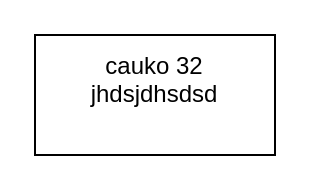
Before: Untitled Diagram.drawio in xurban42/diagrams_net, a draw.io diagram. Source tidied: cells renumbered, new cells numbered last; positions are measured from the earlier drawing's top-left corner, leaving out a move shared by most shapes. Both pictures are drawn from the tidied source at 200%, with x=0, y=0 at pixel (34, 34).
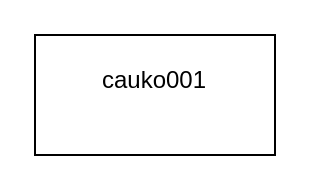
The same page after the edit.

What changed in the source:
```diff
@@
 <mxGraphModel>
   <root>
     <mxCell id="0" />
     <mxCell id="1" parent="0" />
-    <mxCell id="2" value="&lt;div&gt;cauko 32&lt;/div&gt;&lt;div&gt;jhdsjdhsdsd&lt;br&gt;&lt;/div&gt;&lt;div&gt;&lt;br&gt;&lt;/div&gt;" style="rounded=0;whiteSpace=wrap;html=1;" parent="1" vertex="1">
+    <mxCell id="2" value="&lt;div&gt;cauko001&lt;br&gt;&lt;/div&gt;&lt;div&gt;&lt;br&gt;&lt;/div&gt;" style="rounded=0;whiteSpace=wrap;html=1;" parent="1" vertex="1">
       <mxGeometry width="120" height="60" as="geometry" />
     </mxCell>
   </root>
 </mxGraphModel>
```
